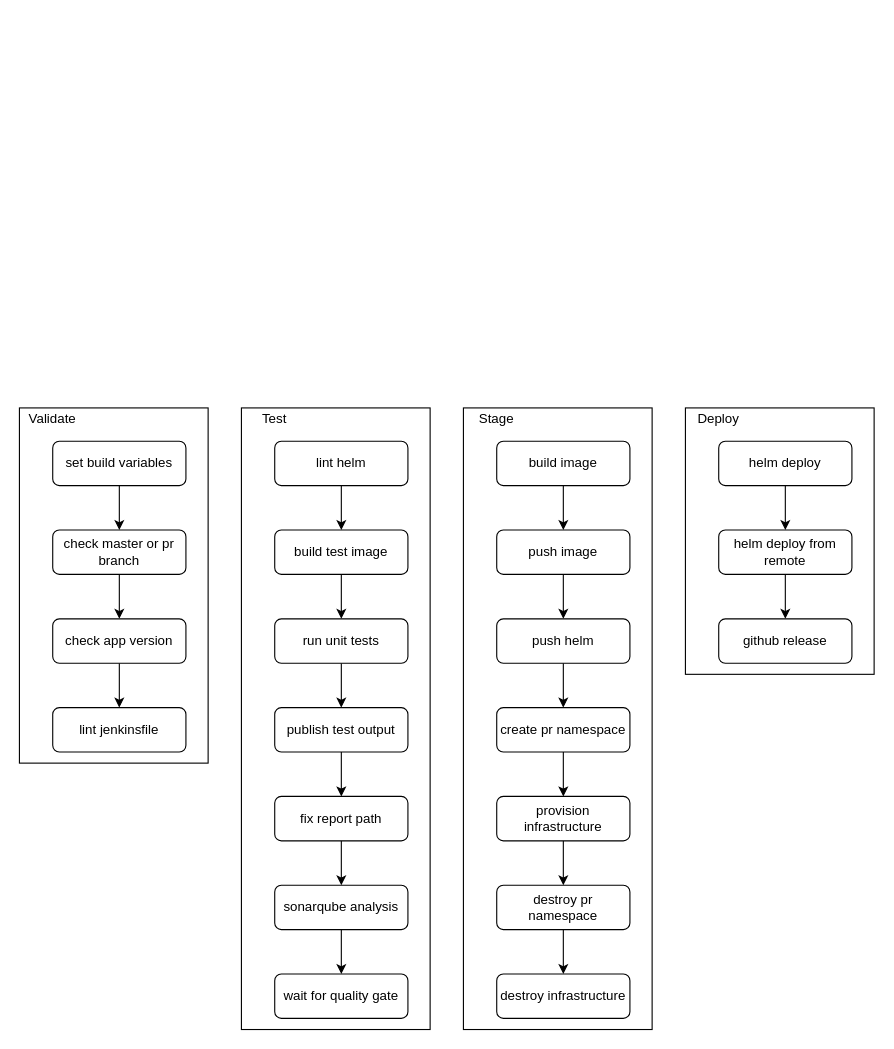
Above: SharedJenkinsPipeline.drawio in johnwatson484/diagrams (draw.io), before the change. Source tidied: cells renumbered, new cells numbered last; positions are measured from the earlier drawing's top-left corner, leaving out a move shared by most shapes. Both pictures are drawn from the tidied source at 111%, with x=0, y=0 at pixel (19, 407).
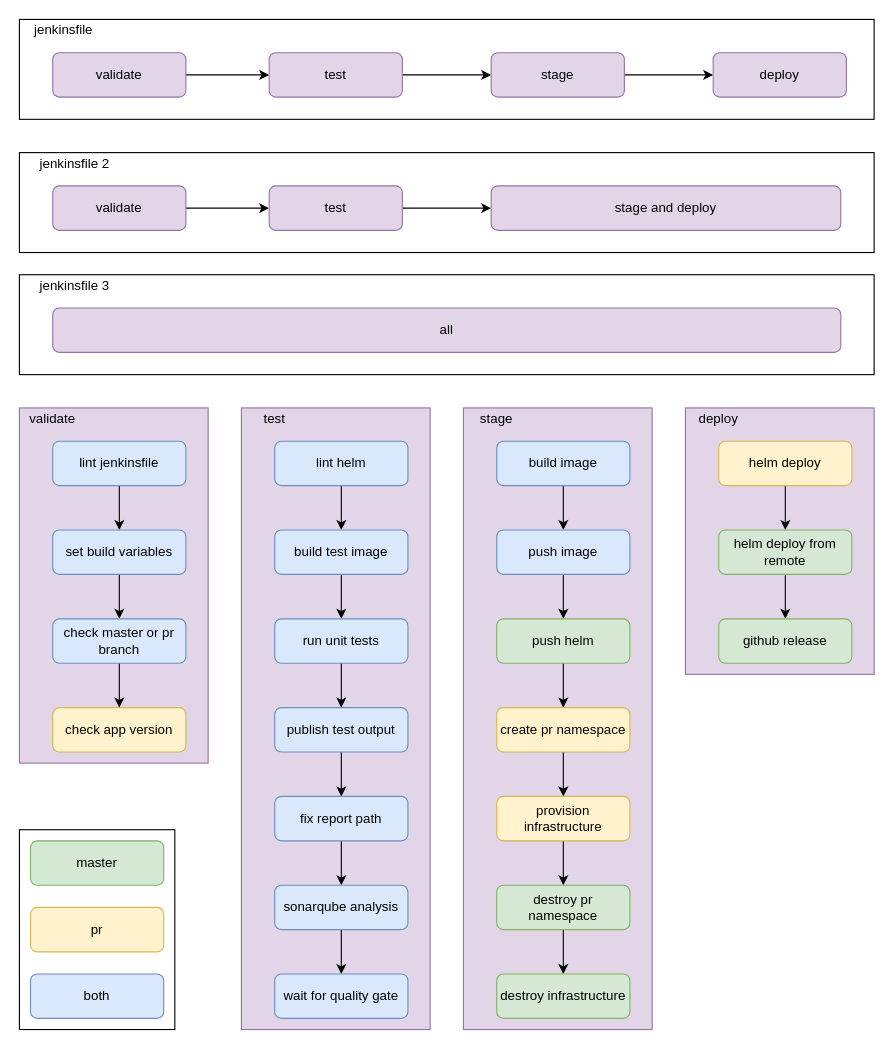
The same diagram, later.

Change to the diagram source:
```diff
@@
-    <mxCell id="2" style="rounded=0;whiteSpace=wrap;html=1;" parent="1" vertex="1">
+    <mxCell id="2" style="rounded=0;whiteSpace=wrap;html=1;fillColor=#e1d5e7;strokeColor=#9673a6;" parent="1" vertex="1">
       <mxGeometry width="170" height="320" as="geometry" />
     </mxCell>
@@
-    <mxCell id="4" value="&lt;span style=&quot;font-weight: normal&quot;&gt;set build variables&lt;/span&gt;" style="rounded=1;whiteSpace=wrap;html=1;fontSize=12;glass=0;strokeWidth=1;shadow=0;fontStyle=1;" parent="1" vertex="1">
+    <mxCell id="4" value="&lt;span style=&quot;font-weight: normal&quot;&gt;lint jenkinsfile&lt;/span&gt;" style="rounded=1;whiteSpace=wrap;html=1;fontSize=12;glass=0;strokeWidth=1;shadow=0;fontStyle=1;fillColor=#dae8fc;strokeColor=#6c8ebf;" parent="1" vertex="1">
       <mxGeometry x="30" y="30" width="120" height="40" as="geometry" />
     </mxCell>
@@
-    <mxCell id="6" value="&lt;span style=&quot;font-weight: normal&quot;&gt;check master or pr branch&lt;/span&gt;" style="rounded=1;whiteSpace=wrap;html=1;fontSize=12;glass=0;strokeWidth=1;shadow=0;fontStyle=1;" parent="1" vertex="1">
+    <mxCell id="6" value="&lt;span style=&quot;font-weight: 400&quot;&gt;set build variables&lt;/span&gt;" style="rounded=1;whiteSpace=wrap;html=1;fontSize=12;glass=0;strokeWidth=1;shadow=0;fontStyle=1;fillColor=#dae8fc;strokeColor=#6c8ebf;" parent="1" vertex="1">
       <mxGeometry x="30" y="110" width="120" height="40" as="geometry" />
     </mxCell>
@@
-    <mxCell id="8" value="&lt;span style=&quot;font-weight: normal&quot;&gt;check app version&lt;/span&gt;" style="rounded=1;whiteSpace=wrap;html=1;fontSize=12;glass=0;strokeWidth=1;shadow=0;fontStyle=1;" parent="1" vertex="1">
+    <mxCell id="8" value="&lt;span style=&quot;font-weight: 400&quot;&gt;check master or pr branch&lt;/span&gt;" style="rounded=1;whiteSpace=wrap;html=1;fontSize=12;glass=0;strokeWidth=1;shadow=0;fontStyle=1;fillColor=#dae8fc;strokeColor=#6c8ebf;" parent="1" vertex="1">
       <mxGeometry x="30" y="190" width="120" height="40" as="geometry" />
     </mxCell>
-    <mxCell id="9" value="&lt;span style=&quot;font-weight: normal&quot;&gt;lint jenkinsfile&lt;/span&gt;" style="rounded=1;whiteSpace=wrap;html=1;fontSize=12;glass=0;strokeWidth=1;shadow=0;fontStyle=1;" parent="1" vertex="1">
+    <mxCell id="9" value="&lt;span style=&quot;font-weight: normal&quot;&gt;check app version&lt;/span&gt;" style="rounded=1;whiteSpace=wrap;html=1;fontSize=12;glass=0;strokeWidth=1;shadow=0;fontStyle=1;fillColor=#fff2cc;strokeColor=#d6b656;" parent="1" vertex="1">
       <mxGeometry x="30" y="270" width="120" height="40" as="geometry" />
     </mxCell>
-    <mxCell id="10" value="Validate" style="text;html=1;strokeColor=none;fillColor=none;align=center;verticalAlign=middle;whiteSpace=wrap;rounded=0;" parent="1" vertex="1">
+    <mxCell id="10" value="validate" style="text;html=1;strokeColor=none;fillColor=none;align=center;verticalAlign=middle;whiteSpace=wrap;rounded=0;" parent="1" vertex="1">
       <mxGeometry x="10" width="40" height="20" as="geometry" />
     </mxCell>
-    <mxCell id="11" style="rounded=0;whiteSpace=wrap;html=1;" parent="1" vertex="1">
+    <mxCell id="11" style="rounded=0;whiteSpace=wrap;html=1;fillColor=#e1d5e7;strokeColor=#9673a6;" parent="1" vertex="1">
       <mxGeometry x="200" width="170" height="560" as="geometry" />
     </mxCell>
@@
-    <mxCell id="13" value="&lt;span style=&quot;font-weight: 400&quot;&gt;lint helm&lt;/span&gt;" style="rounded=1;whiteSpace=wrap;html=1;fontSize=12;glass=0;strokeWidth=1;shadow=0;fontStyle=1;" parent="1" vertex="1">
+    <mxCell id="13" value="&lt;span style=&quot;font-weight: 400&quot;&gt;lint helm&lt;/span&gt;" style="rounded=1;whiteSpace=wrap;html=1;fontSize=12;glass=0;strokeWidth=1;shadow=0;fontStyle=1;fillColor=#dae8fc;strokeColor=#6c8ebf;" parent="1" vertex="1">
       <mxGeometry x="230" y="30" width="120" height="40" as="geometry" />
     </mxCell>
@@
-    <mxCell id="15" value="&lt;span style=&quot;font-weight: normal&quot;&gt;build test image&lt;/span&gt;" style="rounded=1;whiteSpace=wrap;html=1;fontSize=12;glass=0;strokeWidth=1;shadow=0;fontStyle=1;" parent="1" vertex="1">
+    <mxCell id="15" value="&lt;span style=&quot;font-weight: normal&quot;&gt;build test image&lt;/span&gt;" style="rounded=1;whiteSpace=wrap;html=1;fontSize=12;glass=0;strokeWidth=1;shadow=0;fontStyle=1;fillColor=#dae8fc;strokeColor=#6c8ebf;" parent="1" vertex="1">
       <mxGeometry x="230" y="110" width="120" height="40" as="geometry" />
     </mxCell>
@@
-    <mxCell id="17" value="&lt;span style=&quot;font-weight: normal&quot;&gt;run unit tests&lt;/span&gt;" style="rounded=1;whiteSpace=wrap;html=1;fontSize=12;glass=0;strokeWidth=1;shadow=0;fontStyle=1;" parent="1" vertex="1">
+    <mxCell id="17" value="&lt;span style=&quot;font-weight: normal&quot;&gt;run unit tests&lt;/span&gt;" style="rounded=1;whiteSpace=wrap;html=1;fontSize=12;glass=0;strokeWidth=1;shadow=0;fontStyle=1;fillColor=#dae8fc;strokeColor=#6c8ebf;" parent="1" vertex="1">
       <mxGeometry x="230" y="190" width="120" height="40" as="geometry" />
     </mxCell>
@@
-    <mxCell id="19" value="&lt;span style=&quot;font-weight: normal&quot;&gt;publish test output&lt;/span&gt;" style="rounded=1;whiteSpace=wrap;html=1;fontSize=12;glass=0;strokeWidth=1;shadow=0;fontStyle=1;" parent="1" vertex="1">
+    <mxCell id="19" value="&lt;span style=&quot;font-weight: normal&quot;&gt;publish test output&lt;/span&gt;" style="rounded=1;whiteSpace=wrap;html=1;fontSize=12;glass=0;strokeWidth=1;shadow=0;fontStyle=1;fillColor=#dae8fc;strokeColor=#6c8ebf;" parent="1" vertex="1">
       <mxGeometry x="230" y="270" width="120" height="40" as="geometry" />
     </mxCell>
@@
-    <mxCell id="21" value="&lt;span style=&quot;font-weight: normal&quot;&gt;fix report path&lt;/span&gt;" style="rounded=1;whiteSpace=wrap;html=1;fontSize=12;glass=0;strokeWidth=1;shadow=0;fontStyle=1;" parent="1" vertex="1">
+    <mxCell id="21" value="&lt;span style=&quot;font-weight: normal&quot;&gt;fix report path&lt;/span&gt;" style="rounded=1;whiteSpace=wrap;html=1;fontSize=12;glass=0;strokeWidth=1;shadow=0;fontStyle=1;fillColor=#dae8fc;strokeColor=#6c8ebf;" parent="1" vertex="1">
       <mxGeometry x="230" y="350" width="120" height="40" as="geometry" />
     </mxCell>
@@
-    <mxCell id="23" value="&lt;span style=&quot;font-weight: normal&quot;&gt;sonarqube analysis&lt;/span&gt;" style="rounded=1;whiteSpace=wrap;html=1;fontSize=12;glass=0;strokeWidth=1;shadow=0;fontStyle=1;" parent="1" vertex="1">
+    <mxCell id="23" value="&lt;span style=&quot;font-weight: normal&quot;&gt;sonarqube analysis&lt;/span&gt;" style="rounded=1;whiteSpace=wrap;html=1;fontSize=12;glass=0;strokeWidth=1;shadow=0;fontStyle=1;fillColor=#dae8fc;strokeColor=#6c8ebf;" parent="1" vertex="1">
       <mxGeometry x="230" y="430" width="120" height="40" as="geometry" />
     </mxCell>
-    <mxCell id="24" value="&lt;span style=&quot;font-weight: normal&quot;&gt;wait for quality gate&lt;/span&gt;" style="rounded=1;whiteSpace=wrap;html=1;fontSize=12;glass=0;strokeWidth=1;shadow=0;fontStyle=1;" parent="1" vertex="1">
+    <mxCell id="24" value="&lt;span style=&quot;font-weight: normal&quot;&gt;wait for quality gate&lt;/span&gt;" style="rounded=1;whiteSpace=wrap;html=1;fontSize=12;glass=0;strokeWidth=1;shadow=0;fontStyle=1;fillColor=#dae8fc;strokeColor=#6c8ebf;" parent="1" vertex="1">
       <mxGeometry x="230" y="510" width="120" height="40" as="geometry" />
     </mxCell>
-    <mxCell id="25" value="Test" style="text;html=1;strokeColor=none;fillColor=none;align=center;verticalAlign=middle;whiteSpace=wrap;rounded=0;" parent="1" vertex="1">
+    <mxCell id="25" value="test" style="text;html=1;strokeColor=none;fillColor=none;align=center;verticalAlign=middle;whiteSpace=wrap;rounded=0;" parent="1" vertex="1">
       <mxGeometry x="210" width="40" height="20" as="geometry" />
     </mxCell>
-    <mxCell id="26" style="rounded=0;whiteSpace=wrap;html=1;" parent="1" vertex="1">
+    <mxCell id="26" style="rounded=0;whiteSpace=wrap;html=1;fillColor=#e1d5e7;strokeColor=#9673a6;" parent="1" vertex="1">
       <mxGeometry x="400" width="170" height="560" as="geometry" />
     </mxCell>
@@
-    <mxCell id="28" value="&lt;span style=&quot;font-weight: 400&quot;&gt;build image&lt;/span&gt;" style="rounded=1;whiteSpace=wrap;html=1;fontSize=12;glass=0;strokeWidth=1;shadow=0;fontStyle=1;" parent="1" vertex="1">
+    <mxCell id="28" value="&lt;span style=&quot;font-weight: 400&quot;&gt;build image&lt;/span&gt;" style="rounded=1;whiteSpace=wrap;html=1;fontSize=12;glass=0;strokeWidth=1;shadow=0;fontStyle=1;fillColor=#dae8fc;strokeColor=#6c8ebf;" parent="1" vertex="1">
       <mxGeometry x="430" y="30" width="120" height="40" as="geometry" />
     </mxCell>
@@
-    <mxCell id="30" value="&lt;span style=&quot;font-weight: normal&quot;&gt;push image&lt;/span&gt;" style="rounded=1;whiteSpace=wrap;html=1;fontSize=12;glass=0;strokeWidth=1;shadow=0;fontStyle=1;" parent="1" vertex="1">
+    <mxCell id="30" value="&lt;span style=&quot;font-weight: normal&quot;&gt;push image&lt;/span&gt;" style="rounded=1;whiteSpace=wrap;html=1;fontSize=12;glass=0;strokeWidth=1;shadow=0;fontStyle=1;fillColor=#dae8fc;strokeColor=#6c8ebf;" parent="1" vertex="1">
       <mxGeometry x="430" y="110" width="120" height="40" as="geometry" />
     </mxCell>
@@
-    <mxCell id="32" value="&lt;span style=&quot;font-weight: normal&quot;&gt;push helm&lt;/span&gt;" style="rounded=1;whiteSpace=wrap;html=1;fontSize=12;glass=0;strokeWidth=1;shadow=0;fontStyle=1;" parent="1" vertex="1">
+    <mxCell id="32" value="&lt;span style=&quot;font-weight: normal&quot;&gt;push helm&lt;/span&gt;" style="rounded=1;whiteSpace=wrap;html=1;fontSize=12;glass=0;strokeWidth=1;shadow=0;fontStyle=1;fillColor=#d5e8d4;strokeColor=#82b366;" parent="1" vertex="1">
       <mxGeometry x="430" y="190" width="120" height="40" as="geometry" />
     </mxCell>
@@
-    <mxCell id="34" value="&lt;span style=&quot;font-weight: normal&quot;&gt;create pr namespace&lt;/span&gt;" style="rounded=1;whiteSpace=wrap;html=1;fontSize=12;glass=0;strokeWidth=1;shadow=0;fontStyle=1;" parent="1" vertex="1">
+    <mxCell id="34" value="&lt;span style=&quot;font-weight: normal&quot;&gt;create pr namespace&lt;/span&gt;" style="rounded=1;whiteSpace=wrap;html=1;fontSize=12;glass=0;strokeWidth=1;shadow=0;fontStyle=1;fillColor=#fff2cc;strokeColor=#d6b656;" parent="1" vertex="1">
       <mxGeometry x="430" y="270" width="120" height="40" as="geometry" />
     </mxCell>
@@
-    <mxCell id="36" value="&lt;span style=&quot;font-weight: normal&quot;&gt;provision infrastructure&lt;/span&gt;" style="rounded=1;whiteSpace=wrap;html=1;fontSize=12;glass=0;strokeWidth=1;shadow=0;fontStyle=1;" parent="1" vertex="1">
+    <mxCell id="36" value="&lt;span style=&quot;font-weight: normal&quot;&gt;provision infrastructure&lt;/span&gt;" style="rounded=1;whiteSpace=wrap;html=1;fontSize=12;glass=0;strokeWidth=1;shadow=0;fontStyle=1;fillColor=#fff2cc;strokeColor=#d6b656;" parent="1" vertex="1">
       <mxGeometry x="430" y="350" width="120" height="40" as="geometry" />
     </mxCell>
@@
-    <mxCell id="38" value="&lt;span style=&quot;font-weight: normal&quot;&gt;destroy pr namespace&lt;/span&gt;" style="rounded=1;whiteSpace=wrap;html=1;fontSize=12;glass=0;strokeWidth=1;shadow=0;fontStyle=1;" parent="1" vertex="1">
+    <mxCell id="38" value="&lt;span style=&quot;font-weight: normal&quot;&gt;destroy pr namespace&lt;/span&gt;" style="rounded=1;whiteSpace=wrap;html=1;fontSize=12;glass=0;strokeWidth=1;shadow=0;fontStyle=1;fillColor=#d5e8d4;strokeColor=#82b366;" parent="1" vertex="1">
       <mxGeometry x="430" y="430" width="120" height="40" as="geometry" />
     </mxCell>
-    <mxCell id="39" value="&lt;span style=&quot;font-weight: normal&quot;&gt;destroy infrastructure&lt;/span&gt;" style="rounded=1;whiteSpace=wrap;html=1;fontSize=12;glass=0;strokeWidth=1;shadow=0;fontStyle=1;" parent="1" vertex="1">
+    <mxCell id="39" value="&lt;span style=&quot;font-weight: normal&quot;&gt;destroy infrastructure&lt;/span&gt;" style="rounded=1;whiteSpace=wrap;html=1;fontSize=12;glass=0;strokeWidth=1;shadow=0;fontStyle=1;fillColor=#d5e8d4;strokeColor=#82b366;" parent="1" vertex="1">
       <mxGeometry x="430" y="510" width="120" height="40" as="geometry" />
     </mxCell>
-    <mxCell id="40" value="Stage" style="text;html=1;strokeColor=none;fillColor=none;align=center;verticalAlign=middle;whiteSpace=wrap;rounded=0;" parent="1" vertex="1">
+    <mxCell id="40" value="stage" style="text;html=1;strokeColor=none;fillColor=none;align=center;verticalAlign=middle;whiteSpace=wrap;rounded=0;" parent="1" vertex="1">
       <mxGeometry x="410" width="40" height="20" as="geometry" />
     </mxCell>
-    <mxCell id="41" style="rounded=0;whiteSpace=wrap;html=1;" parent="1" vertex="1">
+    <mxCell id="41" style="rounded=0;whiteSpace=wrap;html=1;fillColor=#e1d5e7;strokeColor=#9673a6;" parent="1" vertex="1">
       <mxGeometry x="600" width="170" height="240" as="geometry" />
     </mxCell>
@@
-    <mxCell id="43" value="&lt;span style=&quot;font-weight: normal&quot;&gt;helm deploy&lt;/span&gt;" style="rounded=1;whiteSpace=wrap;html=1;fontSize=12;glass=0;strokeWidth=1;shadow=0;fontStyle=1;" parent="1" vertex="1">
+    <mxCell id="43" value="&lt;span style=&quot;font-weight: normal&quot;&gt;helm deploy&lt;/span&gt;" style="rounded=1;whiteSpace=wrap;html=1;fontSize=12;glass=0;strokeWidth=1;shadow=0;fontStyle=1;fillColor=#fff2cc;strokeColor=#d6b656;" parent="1" vertex="1">
       <mxGeometry x="630" y="30" width="120" height="40" as="geometry" />
     </mxCell>
@@
-    <mxCell id="45" value="&lt;span style=&quot;font-weight: normal&quot;&gt;helm deploy from remote&lt;/span&gt;" style="rounded=1;whiteSpace=wrap;html=1;fontSize=12;glass=0;strokeWidth=1;shadow=0;fontStyle=1;" parent="1" vertex="1">
+    <mxCell id="45" value="&lt;span style=&quot;font-weight: normal&quot;&gt;helm deploy from remote&lt;/span&gt;" style="rounded=1;whiteSpace=wrap;html=1;fontSize=12;glass=0;strokeWidth=1;shadow=0;fontStyle=1;fillColor=#d5e8d4;strokeColor=#82b366;" parent="1" vertex="1">
       <mxGeometry x="630" y="110" width="120" height="40" as="geometry" />
     </mxCell>
-    <mxCell id="46" value="&lt;span style=&quot;font-weight: normal&quot;&gt;github release&lt;/span&gt;" style="rounded=1;whiteSpace=wrap;html=1;fontSize=12;glass=0;strokeWidth=1;shadow=0;fontStyle=1;" parent="1" vertex="1">
+    <mxCell id="46" value="&lt;span style=&quot;font-weight: normal&quot;&gt;github release&lt;/span&gt;" style="rounded=1;whiteSpace=wrap;html=1;fontSize=12;glass=0;strokeWidth=1;shadow=0;fontStyle=1;fillColor=#d5e8d4;strokeColor=#82b366;" parent="1" vertex="1">
       <mxGeometry x="630" y="190" width="120" height="40" as="geometry" />
     </mxCell>
-    <mxCell id="47" value="Deploy" style="text;html=1;strokeColor=none;fillColor=none;align=center;verticalAlign=middle;whiteSpace=wrap;rounded=0;" parent="1" vertex="1">
+    <mxCell id="47" value="deploy" style="text;html=1;strokeColor=none;fillColor=none;align=center;verticalAlign=middle;whiteSpace=wrap;rounded=0;" parent="1" vertex="1">
       <mxGeometry x="610" width="40" height="20" as="geometry" />
     </mxCell>
+    <mxCell id="48" style="rounded=0;whiteSpace=wrap;html=1;" parent="1" vertex="1">
+      <mxGeometry y="380" width="140" height="180" as="geometry" />
+    </mxCell>
+    <mxCell id="49" value="&lt;span style=&quot;font-weight: normal&quot;&gt;master&lt;/span&gt;" style="rounded=1;whiteSpace=wrap;html=1;fontSize=12;glass=0;strokeWidth=1;shadow=0;fontStyle=1;fillColor=#d5e8d4;strokeColor=#82b366;" parent="1" vertex="1">
+      <mxGeometry x="10" y="390" width="120" height="40" as="geometry" />
+    </mxCell>
+    <mxCell id="50" value="&lt;span style=&quot;font-weight: normal&quot;&gt;pr&lt;/span&gt;" style="rounded=1;whiteSpace=wrap;html=1;fontSize=12;glass=0;strokeWidth=1;shadow=0;fontStyle=1;fillColor=#fff2cc;strokeColor=#d6b656;" parent="1" vertex="1">
+      <mxGeometry x="10" y="450" width="120" height="40" as="geometry" />
+    </mxCell>
+    <mxCell id="51" value="&lt;span style=&quot;font-weight: normal&quot;&gt;both&lt;/span&gt;" style="rounded=1;whiteSpace=wrap;html=1;fontSize=12;glass=0;strokeWidth=1;shadow=0;fontStyle=1;fillColor=#dae8fc;strokeColor=#6c8ebf;" parent="1" vertex="1">
+      <mxGeometry x="10" y="510" width="120" height="40" as="geometry" />
+    </mxCell>
+    <mxCell id="52" style="rounded=0;whiteSpace=wrap;html=1;" parent="1" vertex="1">
+      <mxGeometry y="-120" width="770" height="90" as="geometry" />
+    </mxCell>
+    <mxCell id="53" value="&lt;span style=&quot;font-weight: normal&quot;&gt;all&lt;/span&gt;" style="rounded=1;whiteSpace=wrap;html=1;fontSize=12;glass=0;strokeWidth=1;shadow=0;fontStyle=1;fillColor=#e1d5e7;strokeColor=#9673a6;" parent="1" vertex="1">
+      <mxGeometry x="30" y="-90" width="710" height="40" as="geometry" />
+    </mxCell>
+    <mxCell id="54" value="jenkinsfile 3" style="text;html=1;strokeColor=none;fillColor=none;align=center;verticalAlign=middle;whiteSpace=wrap;rounded=0;" parent="1" vertex="1">
+      <mxGeometry x="10" y="-120" width="80" height="20" as="geometry" />
+    </mxCell>
+    <mxCell id="55" style="rounded=0;whiteSpace=wrap;html=1;" parent="1" vertex="1">
+      <mxGeometry y="-350" width="770" height="90" as="geometry" />
+    </mxCell>
+    <mxCell id="56" style="edgeStyle=orthogonalEdgeStyle;rounded=0;jettySize=auto;html=1;" parent="1" edge="1" source="57" target="59">
+      <mxGeometry relative="1" as="geometry" />
+    </mxCell>
+    <mxCell id="57" value="&lt;span style=&quot;font-weight: normal&quot;&gt;validate&lt;/span&gt;" style="rounded=1;whiteSpace=wrap;html=1;fontSize=12;glass=0;strokeWidth=1;shadow=0;fontStyle=1;fillColor=#e1d5e7;strokeColor=#9673a6;" parent="1" vertex="1">
+      <mxGeometry x="30" y="-320" width="120" height="40" as="geometry" />
+    </mxCell>
+    <mxCell id="58" style="edgeStyle=orthogonalEdgeStyle;rounded=0;jettySize=auto;html=1;" parent="1" edge="1" source="59" target="61">
+      <mxGeometry relative="1" as="geometry" />
+    </mxCell>
+    <mxCell id="59" value="&lt;span style=&quot;font-weight: normal&quot;&gt;test&lt;/span&gt;" style="rounded=1;whiteSpace=wrap;html=1;fontSize=12;glass=0;strokeWidth=1;shadow=0;fontStyle=1;fillColor=#e1d5e7;strokeColor=#9673a6;" parent="1" vertex="1">
+      <mxGeometry x="225" y="-320" width="120" height="40" as="geometry" />
+    </mxCell>
+    <mxCell id="60" style="edgeStyle=orthogonalEdgeStyle;rounded=0;jettySize=auto;html=1;" parent="1" edge="1" source="61" target="62">
+      <mxGeometry relative="1" as="geometry" />
+    </mxCell>
+    <mxCell id="61" value="&lt;span style=&quot;font-weight: normal&quot;&gt;stage&lt;/span&gt;" style="rounded=1;whiteSpace=wrap;html=1;fontSize=12;glass=0;strokeWidth=1;shadow=0;fontStyle=1;fillColor=#e1d5e7;strokeColor=#9673a6;" parent="1" vertex="1">
+      <mxGeometry x="425" y="-320" width="120" height="40" as="geometry" />
+    </mxCell>
+    <mxCell id="62" value="&lt;span style=&quot;font-weight: normal&quot;&gt;deploy&lt;/span&gt;" style="rounded=1;whiteSpace=wrap;html=1;fontSize=12;glass=0;strokeWidth=1;shadow=0;fontStyle=1;fillColor=#e1d5e7;strokeColor=#9673a6;" parent="1" vertex="1">
+      <mxGeometry x="625" y="-320" width="120" height="40" as="geometry" />
+    </mxCell>
+    <mxCell id="63" value="jenkinsfile" style="text;html=1;strokeColor=none;fillColor=none;align=center;verticalAlign=middle;whiteSpace=wrap;rounded=0;" parent="1" vertex="1">
+      <mxGeometry x="10" y="-350" width="60" height="20" as="geometry" />
+    </mxCell>
+    <mxCell id="64" style="rounded=0;whiteSpace=wrap;html=1;" parent="1" vertex="1">
+      <mxGeometry y="-230" width="770" height="90" as="geometry" />
+    </mxCell>
+    <mxCell id="65" style="edgeStyle=orthogonalEdgeStyle;rounded=0;jettySize=auto;html=1;" parent="1" edge="1" source="66" target="68">
+      <mxGeometry relative="1" as="geometry" />
+    </mxCell>
+    <mxCell id="66" value="&lt;span style=&quot;font-weight: normal&quot;&gt;validate&lt;/span&gt;" style="rounded=1;whiteSpace=wrap;html=1;fontSize=12;glass=0;strokeWidth=1;shadow=0;fontStyle=1;fillColor=#e1d5e7;strokeColor=#9673a6;" parent="1" vertex="1">
+      <mxGeometry x="30" y="-200" width="120" height="40" as="geometry" />
+    </mxCell>
+    <mxCell id="67" style="edgeStyle=orthogonalEdgeStyle;rounded=0;jettySize=auto;html=1;" parent="1" edge="1" source="68" target="69">
+      <mxGeometry relative="1" as="geometry" />
+    </mxCell>
+    <mxCell id="68" value="&lt;span style=&quot;font-weight: normal&quot;&gt;test&lt;/span&gt;" style="rounded=1;whiteSpace=wrap;html=1;fontSize=12;glass=0;strokeWidth=1;shadow=0;fontStyle=1;fillColor=#e1d5e7;strokeColor=#9673a6;" parent="1" vertex="1">
+      <mxGeometry x="225" y="-200" width="120" height="40" as="geometry" />
+    </mxCell>
+    <mxCell id="69" value="&lt;span style=&quot;font-weight: 400&quot;&gt;stage and deploy&lt;/span&gt;" style="rounded=1;whiteSpace=wrap;html=1;fontSize=12;glass=0;strokeWidth=1;shadow=0;fontStyle=1;fillColor=#e1d5e7;strokeColor=#9673a6;" parent="1" vertex="1">
+      <mxGeometry x="425" y="-200" width="315" height="40" as="geometry" />
+    </mxCell>
+    <mxCell id="70" value="jenkinsfile 2" style="text;html=1;strokeColor=none;fillColor=none;align=center;verticalAlign=middle;whiteSpace=wrap;rounded=0;" parent="1" vertex="1">
+      <mxGeometry x="10" y="-230" width="80" height="20" as="geometry" />
+    </mxCell>
```
